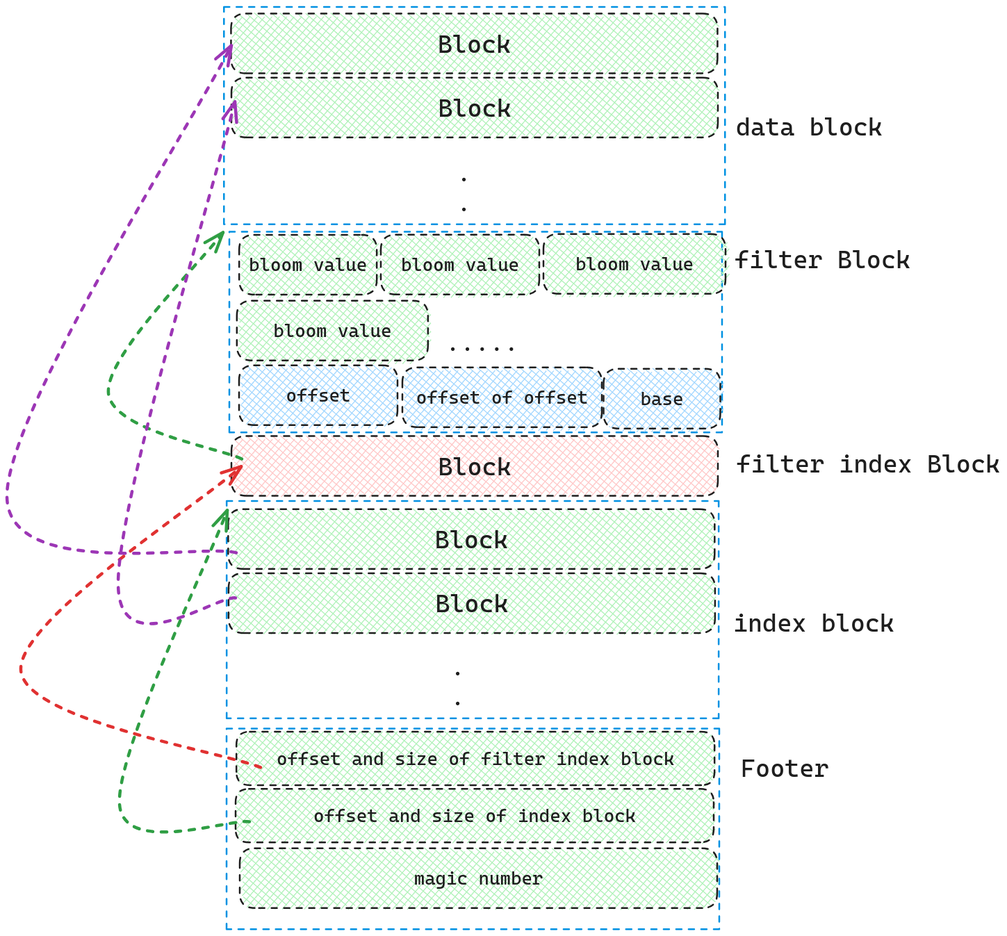
This is static/pic/levelDB/ldb-overview.png from tang-hi/tang-hi.github.io, a Excalidraw export, as it was before one commit. Source tidied: one line per element, renumbered; positions are measured from the earlier drawing's top-left corner, leaving out a move shared by most shapes.
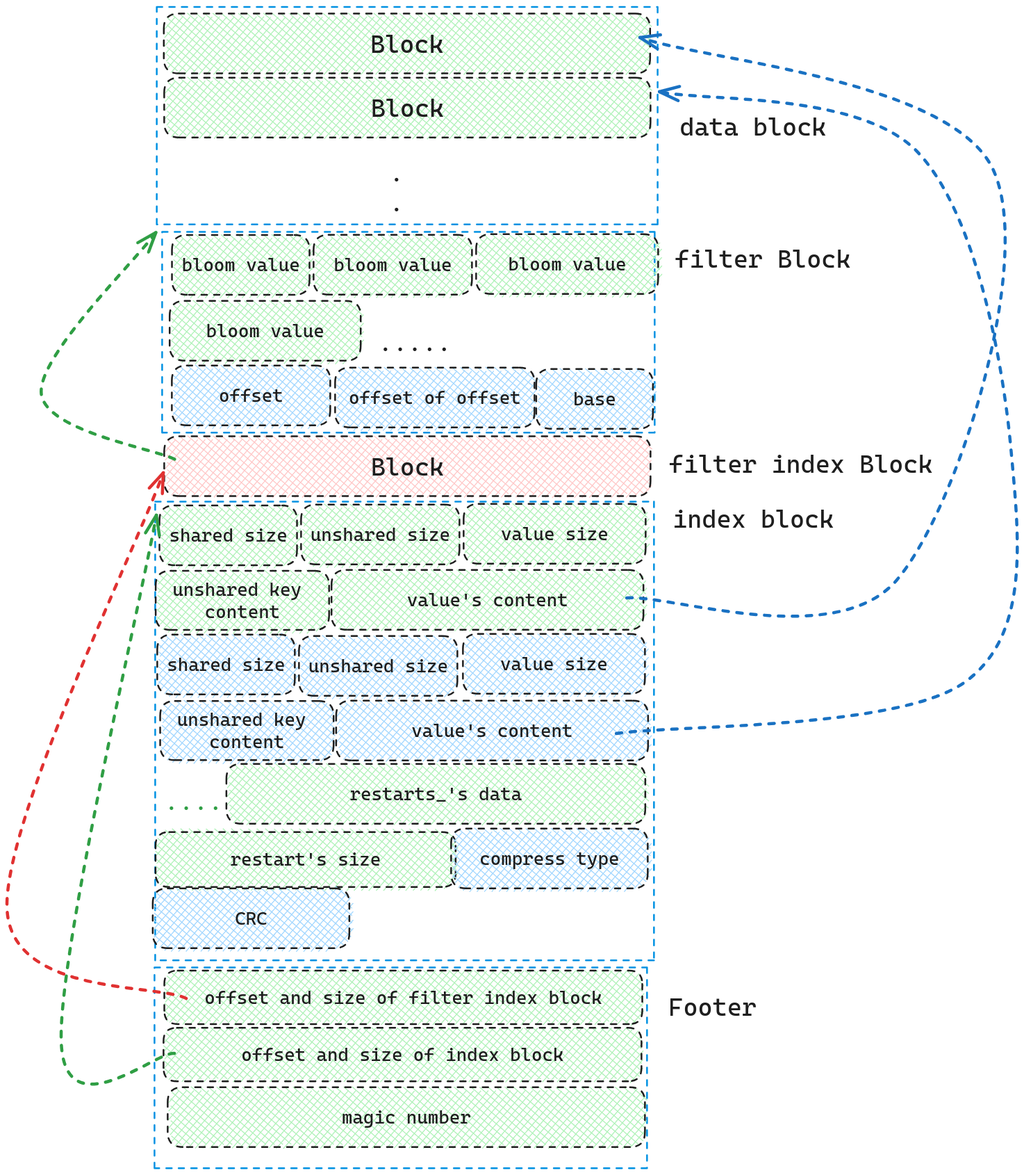
The same file after the commit.

Change to the diagram source:
```diff
@@ -1,11 +1,11 @@
-{"id": 0, "type": "rectangle", "strokeColor": "#0091e2", "strokeWidth": 2, "strokeStyle": "dashed", "roughness": 0, "x": 316, "y": 1038, "width": 709, "height": 289}
+{"id": 0, "type": "rectangle", "strokeColor": "#0091e2", "strokeWidth": 2, "strokeStyle": "dashed", "roughness": 0, "x": 309, "y": 1381, "width": 709, "height": 289}
-{"id": 1, "type": "rectangle", "strokeColor": "#1e1e1e", "backgroundColor": "#b2f2bb", "fillStyle": "cross-hatch", "strokeWidth": 2, "strokeStyle": "dashed", "roughness": 0, "round": true, "x": 330, "y": 1043, "width": 688, "height": 77}
+{"id": 1, "type": "rectangle", "strokeColor": "#1e1e1e", "backgroundColor": "#b2f2bb", "fillStyle": "cross-hatch", "strokeWidth": 2, "strokeStyle": "dashed", "roughness": 0, "round": true, "x": 323, "y": 1386, "width": 688, "height": 77}
-{"id": 2, "type": "text", "text": "offset and size of filter index block", "strokeColor": "#1e1e1e", "backgroundColor": "#b2f2bb", "fillStyle": "cross-hatch", "strokeWidth": 2, "strokeStyle": "dashed", "roughness": 0, "fontSize": 26.42, "fontFamily": 3, "textAlign": "center", "verticalAlign": "middle", "inside": 1, "x": 388, "y": 1066, "width": 572, "height": 32}
+{"id": 2, "type": "text", "text": "offset and size of filter index block", "strokeColor": "#1e1e1e", "backgroundColor": "#b2f2bb", "fillStyle": "cross-hatch", "strokeWidth": 2, "strokeStyle": "dashed", "roughness": 0, "fontSize": 26.42, "fontFamily": 3, "textAlign": "center", "verticalAlign": "middle", "inside": 1, "x": 381, "y": 1409, "width": 572, "height": 32}
-{"id": 3, "type": "rectangle", "strokeColor": "#1e1e1e", "backgroundColor": "#b2f2bb", "fillStyle": "cross-hatch", "strokeWidth": 2, "strokeStyle": "dashed", "roughness": 0, "round": true, "x": 335, "y": 1211, "width": 687, "height": 86}
+{"id": 3, "type": "rectangle", "strokeColor": "#1e1e1e", "backgroundColor": "#b2f2bb", "fillStyle": "cross-hatch", "strokeWidth": 2, "strokeStyle": "dashed", "roughness": 0, "round": true, "x": 328, "y": 1554, "width": 687, "height": 86}
-{"id": 4, "type": "text", "text": "magic number", "strokeColor": "#1e1e1e", "backgroundColor": "#b2f2bb", "fillStyle": "cross-hatch", "strokeWidth": 2, "strokeStyle": "dashed", "roughness": 0, "fontSize": 26.42, "fontFamily": 3, "textAlign": "center", "verticalAlign": "middle", "inside": 3, "x": 586, "y": 1238, "width": 186, "height": 32}
+{"id": 4, "type": "text", "text": "magic number", "strokeColor": "#1e1e1e", "backgroundColor": "#b2f2bb", "fillStyle": "cross-hatch", "strokeWidth": 2, "strokeStyle": "dashed", "roughness": 0, "fontSize": 26.42, "fontFamily": 3, "textAlign": "center", "verticalAlign": "middle", "inside": 3, "x": 579, "y": 1581, "width": 186, "height": 32}
-{"id": 5, "type": "text", "text": "Footer", "strokeColor": "#1e1e1e", "strokeWidth": 4, "strokeStyle": "dashed", "roughness": 0, "fontSize": 36, "fontFamily": 3, "x": 1056, "y": 1073, "width": 127, "height": 43}
+{"id": 5, "type": "text", "text": "Footer", "strokeColor": "#1e1e1e", "strokeWidth": 4, "strokeStyle": "dashed", "roughness": 0, "fontSize": 36, "fontFamily": 3, "x": 1049, "y": 1416, "width": 127, "height": 43}
-{"id": 6, "type": "rectangle", "strokeColor": "#1e1e1e", "backgroundColor": "#b2f2bb", "fillStyle": "cross-hatch", "strokeWidth": 2, "strokeStyle": "dashed", "roughness": 0, "round": true, "x": 329, "y": 1125, "width": 688, "height": 77}
+{"id": 6, "type": "rectangle", "strokeColor": "#1e1e1e", "backgroundColor": "#b2f2bb", "fillStyle": "cross-hatch", "strokeWidth": 2, "strokeStyle": "dashed", "roughness": 0, "round": true, "x": 322, "y": 1468, "width": 688, "height": 77}
-{"id": 7, "type": "text", "text": "offset and size of index block", "strokeColor": "#1e1e1e", "backgroundColor": "#b2f2bb", "fillStyle": "cross-hatch", "strokeWidth": 2, "strokeStyle": "dashed", "roughness": 0, "fontSize": 26.42, "fontFamily": 3, "textAlign": "center", "verticalAlign": "middle", "inside": 6, "x": 441, "y": 1148, "width": 464, "height": 32}
+{"id": 7, "type": "text", "text": "offset and size of index block", "strokeColor": "#1e1e1e", "backgroundColor": "#b2f2bb", "fillStyle": "cross-hatch", "strokeWidth": 2, "strokeStyle": "dashed", "roughness": 0, "fontSize": 26.42, "fontFamily": 3, "textAlign": "center", "verticalAlign": "middle", "inside": 6, "x": 434, "y": 1491, "width": 464, "height": 32}
 {"id": 8, "type": "rectangle", "strokeColor": "#0091e2", "strokeWidth": 2, "strokeStyle": "dashed", "roughness": 0, "x": 312, "y": 0, "width": 721, "height": 313}
 {"id": 9, "type": "rectangle", "strokeColor": "#1e1e1e", "backgroundColor": "#b2f2bb", "fillStyle": "cross-hatch", "strokeWidth": 2, "strokeStyle": "dashed", "roughness": 0, "round": true, "x": 322, "y": 10, "width": 700, "height": 86}
 {"id": 10, "type": "text", "text": "Block", "strokeColor": "#1e1e1e", "strokeWidth": 4, "strokeStyle": "dashed", "roughness": 0, "fontSize": 36, "fontFamily": 3, "textAlign": "center", "verticalAlign": "middle", "inside": 9, "x": 620, "y": 31, "width": 105, "height": 43}
@@ -27,21 +27,45 @@
 {"id": 26, "type": "text", "text": "offset of offset", "strokeColor": "#1e1e1e", "backgroundColor": "#b2f2bb", "fillStyle": "cross-hatch", "strokeWidth": 2, "strokeStyle": "dashed", "roughness": 0, "fontSize": 26.42, "fontFamily": 3, "textAlign": "center", "verticalAlign": "middle", "inside": 25, "x": 589, "y": 546, "width": 248, "height": 32}
 {"id": 27, "type": "rectangle", "strokeColor": "#1e1e1e", "backgroundColor": "#a5d8ff", "fillStyle": "cross-hatch", "strokeWidth": 2, "strokeStyle": "dashed", "roughness": 0, "round": true, "x": 858, "y": 521, "width": 168, "height": 86}
 {"id": 28, "type": "text", "text": "base", "strokeColor": "#1e1e1e", "backgroundColor": "#b2f2bb", "fillStyle": "cross-hatch", "strokeWidth": 2, "strokeStyle": "dashed", "roughness": 0, "fontSize": 26.42, "fontFamily": 3, "textAlign": "center", "verticalAlign": "middle", "inside": 27, "x": 912, "y": 548, "width": 62, "height": 32}
-{"id": 29, "type": "text", "text": "filter Block", "strokeColor": "#1e1e1e", "strokeWidth": 4, "strokeStyle": "dashed", "roughness": 0, "fontSize": 36, "fontFamily": 3, "x": 1047, "y": 341, "width": 253, "height": 43}
+{"id": 29, "type": "text", "text": "filter Block", "strokeColor": "#1e1e1e", "strokeWidth": 4, "strokeStyle": "dashed", "roughness": 0, "fontSize": 36, "fontFamily": 3, "x": 1058, "y": 340, "width": 253, "height": 43}
 {"id": 30, "type": "text", "text": ".....", "strokeColor": "#1e1e1e", "strokeWidth": 4, "strokeStyle": "dashed", "roughness": 0, "fontSize": 36, "fontFamily": 3, "x": 631, "y": 460, "width": 105, "height": 43}
 {"id": 31, "type": "rectangle", "strokeColor": "#1e1e1e", "backgroundColor": "#ffc9c9", "fillStyle": "cross-hatch", "strokeWidth": 2, "strokeStyle": "dashed", "roughness": 0, "round": true, "x": 323, "y": 618, "width": 700, "height": 86}
 {"id": 32, "type": "text", "text": "Block", "strokeColor": "#1e1e1e", "strokeWidth": 4, "strokeStyle": "dashed", "roughness": 0, "fontSize": 36, "fontFamily": 3, "textAlign": "center", "verticalAlign": "middle", "inside": 31, "x": 620, "y": 639, "width": 105, "height": 43}
-{"id": 33, "type": "text", "text": "data block", "strokeColor": "#1e1e1e", "strokeWidth": 4, "strokeStyle": "dashed", "roughness": 0, "fontSize": 36, "fontFamily": 3, "x": 1049, "y": 150, "width": 211, "height": 43}
+{"id": 33, "type": "text", "text": "data block", "strokeColor": "#1e1e1e", "strokeWidth": 4, "strokeStyle": "dashed", "roughness": 0, "fontSize": 36, "fontFamily": 3, "x": 1065, "y": 150, "width": 211, "height": 43}
 {"id": 34, "type": "text", "text": "filter index Block", "strokeColor": "#1e1e1e", "strokeWidth": 4, "strokeStyle": "dashed", "roughness": 0, "fontSize": 36, "fontFamily": 3, "x": 1049, "y": 635, "width": 380, "height": 43}
-{"id": 35, "type": "rectangle", "strokeColor": "#0091e2", "strokeWidth": 2, "strokeStyle": "dashed", "roughness": 0, "x": 316, "y": 711, "width": 708, "height": 313}
-{"id": 36, "type": "rectangle", "strokeColor": "#1e1e1e", "backgroundColor": "#b2f2bb", "fillStyle": "cross-hatch", "strokeWidth": 2, "strokeStyle": "dashed", "roughness": 0, "round": true, "x": 318, "y": 723, "width": 700, "height": 86}
-{"id": 37, "type": "text", "text": "Block", "strokeColor": "#1e1e1e", "strokeWidth": 4, "strokeStyle": "dashed", "roughness": 0, "fontSize": 36, "fontFamily": 3, "textAlign": "center", "verticalAlign": "middle", "inside": 36, "x": 616, "y": 744, "width": 105, "height": 43}
-{"id": 38, "type": "rectangle", "strokeColor": "#1e1e1e", "backgroundColor": "#b2f2bb", "fillStyle": "cross-hatch", "strokeWidth": 2, "strokeStyle": "dashed", "roughness": 0, "round": true, "x": 319, "y": 815, "width": 700, "height": 86}
-{"id": 39, "type": "text", "text": "Block", "strokeColor": "#1e1e1e", "strokeWidth": 4, "strokeStyle": "dashed", "roughness": 0, "fontSize": 36, "fontFamily": 3, "textAlign": "center", "verticalAlign": "middle", "inside": 38, "x": 616, "y": 836, "width": 105, "height": 43}
-{"id": 40, "type": "text", "text": ".\n.", "strokeColor": "#1e1e1e", "strokeWidth": 4, "strokeStyle": "dashed", "roughness": 0, "fontSize": 36, "fontFamily": 3, "x": 638, "y": 927, "width": 21, "height": 86}
-{"id": 41, "type": "text", "text": "index block", "strokeColor": "#1e1e1e", "strokeWidth": 4, "strokeStyle": "dashed", "roughness": 0, "fontSize": 36, "fontFamily": 3, "x": 1045, "y": 864, "width": 232, "height": 43}
+{"id": 41, "type": "text", "text": "index block", "strokeColor": "#1e1e1e", "strokeWidth": 4, "strokeStyle": "dashed", "roughness": 0, "fontSize": 36, "fontFamily": 3, "x": 1055, "y": 714, "width": 232, "height": 43}
-{"id": 42, "type": "arrow", "strokeColor": "#e03131", "backgroundColor": "#ffc9c9", "fillStyle": "hachure", "strokeWidth": 4, "strokeStyle": "dashed", "roughness": 0, "endArrowhead": "arrow", "round": true, "x": 365, "y": 1094, "width": 345, "height": 433, "points": [[0, 0], [-345, -140], [-28, -433]]}
-{"id": 43, "type": "arrow", "strokeColor": "#2f9e44", "backgroundColor": "#ffc9c9", "fillStyle": "hachure", "strokeWidth": 4, "strokeStyle": "dashed", "roughness": 0, "endArrowhead": "arrow", "round": true, "to": 36, "x": 349, "y": 1172, "width": 187, "height": 448, "points": [[0, 0], [-187, -25], [-32, -448]]}
 {"id": 44, "type": "arrow", "strokeColor": "#2f9e44", "backgroundColor": "#ffc9c9", "fillStyle": "hachure", "strokeWidth": 4, "strokeStyle": "dashed", "roughness": 0, "endArrowhead": "arrow", "round": true, "to": 14, "x": 338, "y": 650, "width": 192, "height": 326, "points": [[0, 0], [-192, -95], [-27, -326]]}
-{"id": 45, "type": "arrow", "strokeColor": "#9c36b5", "backgroundColor": "#ffc9c9", "fillStyle": "hachure", "strokeWidth": 4, "strokeStyle": "dashed", "roughness": 0, "endArrowhead": "arrow", "round": true, "x": 330, "y": 785, "width": 330, "height": 730, "points": [[0, 0], [-330, -81], [-7, -730]]}
-{"id": 46, "type": "arrow", "strokeColor": "#9c36b5", "backgroundColor": "#ffc9c9", "fillStyle": "hachure", "strokeWidth": 4, "strokeStyle": "dashed", "roughness": 0, "endArrowhead": "arrow", "round": true, "x": 329, "y": 850, "width": 169, "height": 714, "points": [[0, 0], [-169, -21], [-1, -714]]}
+{"id": 47, "type": "rectangle", "strokeColor": "#0091e2", "strokeWidth": 2, "strokeStyle": "dashed", "roughness": 0, "x": 310, "y": 711, "width": 718, "height": 660}
+{"id": 48, "type": "rectangle", "strokeColor": "#1e1e1e", "backgroundColor": "#b2f2bb", "fillStyle": "cross-hatch", "strokeWidth": 2, "strokeStyle": "dashed", "roughness": 0, "round": true, "x": 311, "y": 811, "width": 250, "height": 85}
+{"id": 49, "type": "text", "text": "unshared key \ncontent", "strokeColor": "#1e1e1e", "backgroundColor": "#b2f2bb", "fillStyle": "cross-hatch", "strokeWidth": 2, "strokeStyle": "dashed", "roughness": 0, "fontSize": 26.42, "fontFamily": 3, "textAlign": "center", "verticalAlign": "middle", "inside": 48, "x": 335, "y": 822, "width": 201, "height": 63}
+{"id": 50, "type": "rectangle", "strokeColor": "#1e1e1e", "backgroundColor": "#b2f2bb", "fillStyle": "cross-hatch", "strokeWidth": 2, "strokeStyle": "dashed", "roughness": 0, "round": true, "x": 564, "y": 810, "width": 449, "height": 86}
+{"id": 51, "type": "text", "text": "value's content", "strokeColor": "#1e1e1e", "backgroundColor": "#b2f2bb", "fillStyle": "cross-hatch", "strokeWidth": 2, "strokeStyle": "dashed", "roughness": 0, "fontSize": 26.42, "fontFamily": 3, "textAlign": "center", "verticalAlign": "middle", "inside": 50, "x": 672, "y": 837, "width": 232, "height": 32}
+{"id": 52, "type": "rectangle", "strokeColor": "#1e1e1e", "backgroundColor": "#b2f2bb", "fillStyle": "cross-hatch", "strokeWidth": 2, "strokeStyle": "dashed", "roughness": 0, "round": true, "x": 316, "y": 717, "width": 198, "height": 86}
+{"id": 53, "type": "text", "text": "shared size", "strokeColor": "#1e1e1e", "backgroundColor": "#b2f2bb", "fillStyle": "cross-hatch", "strokeWidth": 2, "strokeStyle": "dashed", "roughness": 0, "fontSize": 26.42, "fontFamily": 3, "textAlign": "center", "verticalAlign": "middle", "inside": 52, "x": 330, "y": 744, "width": 170, "height": 32}
+{"id": 54, "type": "rectangle", "strokeColor": "#1e1e1e", "backgroundColor": "#b2f2bb", "fillStyle": "cross-hatch", "strokeWidth": 2, "strokeStyle": "dashed", "roughness": 0, "round": true, "x": 520, "y": 716, "width": 228, "height": 86}
+{"id": 55, "type": "text", "text": "unshared size", "strokeColor": "#1e1e1e", "backgroundColor": "#b2f2bb", "fillStyle": "cross-hatch", "strokeWidth": 2, "strokeStyle": "dashed", "roughness": 0, "fontSize": 26.42, "fontFamily": 3, "textAlign": "center", "verticalAlign": "middle", "inside": 54, "x": 533, "y": 743, "width": 201, "height": 32}
+{"id": 56, "type": "rectangle", "strokeColor": "#1e1e1e", "backgroundColor": "#b2f2bb", "fillStyle": "cross-hatch", "strokeWidth": 2, "strokeStyle": "dashed", "roughness": 0, "round": true, "x": 754, "y": 715, "width": 262, "height": 86}
+{"id": 57, "type": "text", "text": "value size", "strokeColor": "#1e1e1e", "backgroundColor": "#b2f2bb", "fillStyle": "cross-hatch", "strokeWidth": 2, "strokeStyle": "dashed", "roughness": 0, "fontSize": 26.42, "fontFamily": 3, "textAlign": "center", "verticalAlign": "middle", "inside": 56, "x": 808, "y": 742, "width": 155, "height": 32}
+{"id": 58, "type": "rectangle", "strokeColor": "#1e1e1e", "backgroundColor": "#a5d8ff", "fillStyle": "cross-hatch", "strokeWidth": 2, "strokeStyle": "dashed", "roughness": 0, "round": true, "x": 313, "y": 903, "width": 198, "height": 86}
+{"id": 59, "type": "text", "text": "shared size", "strokeColor": "#1e1e1e", "backgroundColor": "#b2f2bb", "fillStyle": "cross-hatch", "strokeWidth": 2, "strokeStyle": "dashed", "roughness": 0, "fontSize": 26.42, "fontFamily": 3, "textAlign": "center", "verticalAlign": "middle", "inside": 58, "x": 327, "y": 930, "width": 170, "height": 32}
+{"id": 60, "type": "rectangle", "strokeColor": "#1e1e1e", "backgroundColor": "#a5d8ff", "fillStyle": "cross-hatch", "strokeWidth": 2, "strokeStyle": "dashed", "roughness": 0, "round": true, "x": 517, "y": 905, "width": 228, "height": 86}
+{"id": 61, "type": "text", "text": "unshared size", "strokeColor": "#1e1e1e", "backgroundColor": "#b2f2bb", "fillStyle": "cross-hatch", "strokeWidth": 2, "strokeStyle": "dashed", "roughness": 0, "fontSize": 26.42, "fontFamily": 3, "textAlign": "center", "verticalAlign": "middle", "inside": 60, "x": 530, "y": 932, "width": 201, "height": 32}
+{"id": 62, "type": "rectangle", "strokeColor": "#1e1e1e", "backgroundColor": "#a5d8ff", "fillStyle": "cross-hatch", "strokeWidth": 2, "strokeStyle": "dashed", "roughness": 0, "round": true, "x": 753, "y": 902, "width": 262, "height": 86}
+{"id": 63, "type": "text", "text": "value size", "strokeColor": "#1e1e1e", "backgroundColor": "#b2f2bb", "fillStyle": "cross-hatch", "strokeWidth": 2, "strokeStyle": "dashed", "roughness": 0, "fontSize": 26.42, "fontFamily": 3, "textAlign": "center", "verticalAlign": "middle", "inside": 62, "x": 807, "y": 929, "width": 155, "height": 32}
+{"id": 64, "type": "rectangle", "strokeColor": "#1e1e1e", "backgroundColor": "#a5d8ff", "fillStyle": "cross-hatch", "strokeWidth": 2, "strokeStyle": "dashed", "roughness": 0, "round": true, "x": 317, "y": 998, "width": 250, "height": 85}
+{"id": 65, "type": "text", "text": "unshared key \ncontent", "strokeColor": "#1e1e1e", "backgroundColor": "#b2f2bb", "fillStyle": "cross-hatch", "strokeWidth": 2, "strokeStyle": "dashed", "roughness": 0, "fontSize": 26.42, "fontFamily": 3, "textAlign": "center", "verticalAlign": "middle", "inside": 64, "x": 341, "y": 1009, "width": 201, "height": 63}
+{"id": 66, "type": "rectangle", "strokeColor": "#1e1e1e", "backgroundColor": "#a5d8ff", "fillStyle": "cross-hatch", "strokeWidth": 2, "strokeStyle": "dashed", "roughness": 0, "round": true, "x": 570, "y": 998, "width": 449, "height": 86}
+{"id": 67, "type": "text", "text": "value's content", "strokeColor": "#1e1e1e", "backgroundColor": "#b2f2bb", "fillStyle": "cross-hatch", "strokeWidth": 2, "strokeStyle": "dashed", "roughness": 0, "fontSize": 26.42, "fontFamily": 3, "textAlign": "center", "verticalAlign": "middle", "inside": 66, "x": 679, "y": 1025, "width": 232, "height": 32}
+{"id": 68, "type": "text", "text": "....", "strokeColor": "#2f9e44", "strokeWidth": 4, "strokeStyle": "dashed", "roughness": 0, "fontSize": 36, "fontFamily": 3, "x": 323, "y": 1120, "width": 84, "height": 43}
+{"id": 69, "type": "rectangle", "strokeColor": "#1e1e1e", "backgroundColor": "#b2f2bb", "fillStyle": "cross-hatch", "strokeWidth": 2, "strokeStyle": "dashed", "roughness": 0, "round": true, "x": 412, "y": 1089, "width": 603, "height": 86}
+{"id": 70, "type": "text", "text": "restarts_'s data", "strokeColor": "#1e1e1e", "backgroundColor": "#b2f2bb", "fillStyle": "cross-hatch", "strokeWidth": 2, "strokeStyle": "dashed", "roughness": 0, "fontSize": 26.42, "fontFamily": 3, "textAlign": "center", "verticalAlign": "middle", "inside": 69, "x": 590, "y": 1116, "width": 248, "height": 32}
+{"id": 71, "type": "rectangle", "strokeColor": "#1e1e1e", "backgroundColor": "#b2f2bb", "fillStyle": "cross-hatch", "strokeWidth": 2, "strokeStyle": "dashed", "roughness": 0, "round": true, "x": 310, "y": 1187, "width": 432, "height": 79}
+{"id": 72, "type": "text", "text": "restart's size", "strokeColor": "#1e1e1e", "backgroundColor": "#b2f2bb", "fillStyle": "cross-hatch", "strokeWidth": 2, "strokeStyle": "dashed", "roughness": 0, "fontSize": 26.42, "fontFamily": 3, "textAlign": "center", "verticalAlign": "middle", "inside": 71, "x": 418, "y": 1210, "width": 217, "height": 32}
+{"id": 73, "type": "rectangle", "strokeColor": "#1e1e1e", "backgroundColor": "#a5d8ff", "fillStyle": "cross-hatch", "strokeWidth": 2, "strokeStyle": "dashed", "roughness": 0, "round": true, "x": 736, "y": 1182, "width": 283, "height": 86}
+{"id": 74, "type": "text", "text": "compress type", "strokeColor": "#1e1e1e", "backgroundColor": "#b2f2bb", "fillStyle": "cross-hatch", "strokeWidth": 2, "strokeStyle": "dashed", "roughness": 0, "fontSize": 26.42, "fontFamily": 3, "textAlign": "center", "verticalAlign": "middle", "inside": 73, "x": 777, "y": 1209, "width": 201, "height": 32}
+{"id": 75, "type": "rectangle", "strokeColor": "#1e1e1e", "backgroundColor": "#a5d8ff", "fillStyle": "cross-hatch", "strokeWidth": 2, "strokeStyle": "dashed", "roughness": 0, "round": true, "x": 306, "y": 1268, "width": 283, "height": 86}
+{"id": 76, "type": "text", "text": "CRC", "strokeColor": "#1e1e1e", "backgroundColor": "#b2f2bb", "fillStyle": "cross-hatch", "strokeWidth": 2, "strokeStyle": "dashed", "roughness": 0, "fontSize": 26.42, "fontFamily": 3, "textAlign": "center", "verticalAlign": "middle", "inside": 75, "x": 425, "y": 1295, "width": 46, "height": 32}
+{"id": 77, "type": "arrow", "strokeColor": "#e03131", "backgroundColor": "#ffc9c9", "fillStyle": "hachure", "strokeWidth": 4, "strokeStyle": "dashed", "roughness": 0, "endArrowhead": "arrow", "round": true, "to": 31, "x": 355, "y": 1426, "width": 258, "height": 756, "points": [[0, 0], [-258, -129], [-33, -756]]}
+{"id": 78, "type": "arrow", "strokeColor": "#2f9e44", "backgroundColor": "#ffc9c9", "fillStyle": "hachure", "strokeWidth": 4, "strokeStyle": "dashed", "roughness": 0, "endArrowhead": "arrow", "round": true, "to": 52, "x": 338, "y": 1505, "width": 163, "height": 774, "points": [[0, 0], [-163, -17], [-26, -774]]}
+{"id": 79, "type": "arrow", "strokeColor": "#1971c2", "backgroundColor": "#ffc9c9", "fillStyle": "hachure", "strokeWidth": 4, "strokeStyle": "dashed", "roughness": 0, "endArrowhead": "arrow", "round": true, "x": 989, "y": 850, "width": 527, "height": 806, "points": [[0, 0], [389, -26], [527, -617], [19, -806]]}
+{"id": 80, "type": "arrow", "strokeColor": "#1971c2", "backgroundColor": "#ffc9c9", "fillStyle": "hachure", "strokeWidth": 4, "strokeStyle": "dashed", "roughness": 0, "endArrowhead": "arrow", "round": true, "to": 11, "x": 974, "y": 1045, "width": 568, "height": 923, "points": [[0, 0], [502, -74], [568, -410], [432, -838], [62, -923]]}
```
